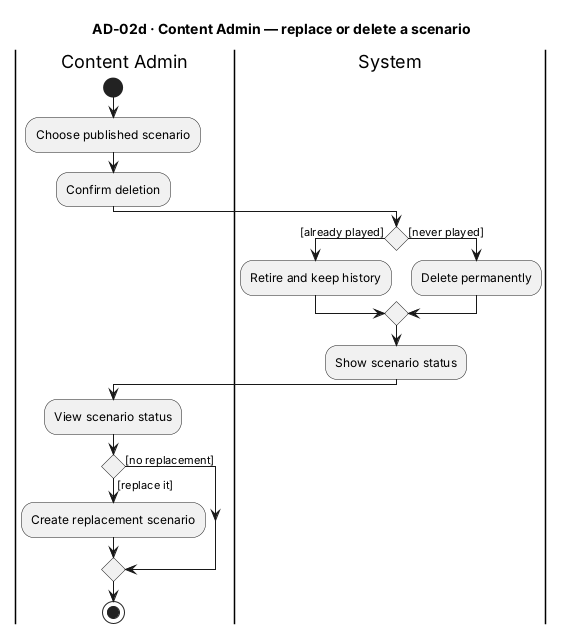
The PlantUML diagram reports/master/figures/AD-02d_ContentAdmin_ReplaceOrDeleteScenario.png in The-Golden-Trio/Capstone-Project, before a commit.
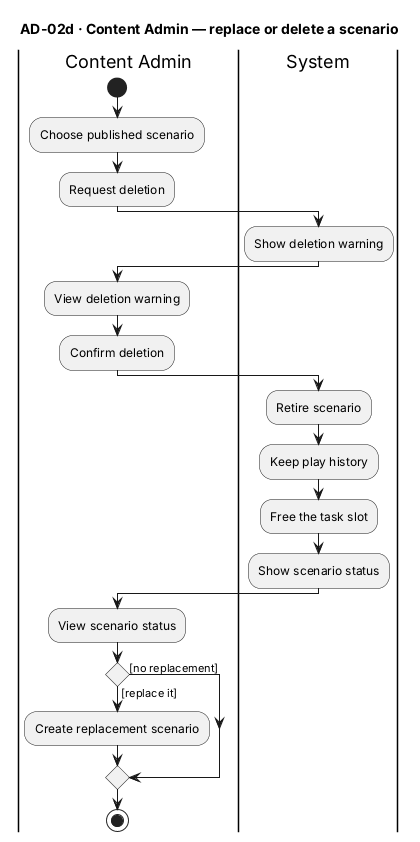
After the change.

What changed in the source:
```diff
@@ -7,13 +7,16 @@
 |Content Admin|
 start
 :Choose published scenario;
+:Request deletion;
+|System|
+:Show deletion warning;
+|Content Admin|
+:View deletion warning;
 :Confirm deletion;
 |System|
-if () then ([already played])
-  :Retire and keep history;
-else ([never played])
-  :Delete permanently;
-endif
+:Retire scenario;
+:Keep play history;
+:Free the task slot;
 :Show scenario status;
 |Content Admin|
 :View scenario status;
```
